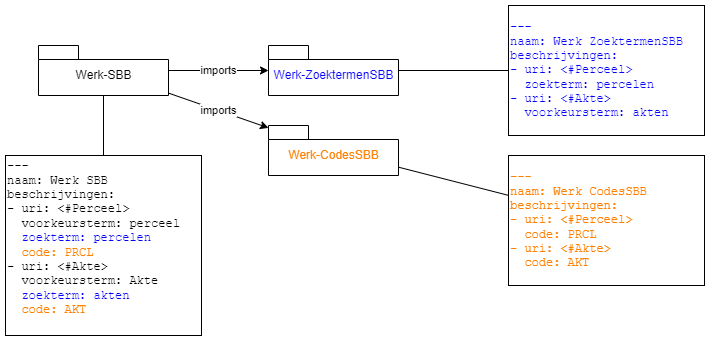
This is sessies/metadata/versiebeheer/media/netwerk.drawio.png from pldn/nederlands-profiel-voor-stelselcatalogi, a draw.io export, as it was before one commit. Source tidied: cells renumbered, new cells last; positions are measured from the earlier drawing's top-left corner, leaving out a move shared by most shapes.
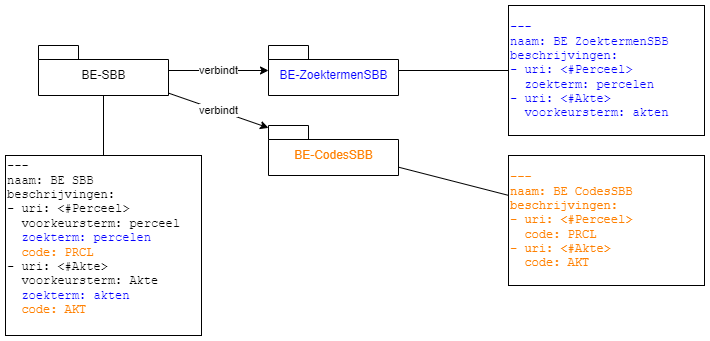
After the change.

Diff of the diagram source:
```diff
@@ -2,37 +2,37 @@
   <root>
     <mxCell id="0" />
     <mxCell id="1" parent="0" />
-    <mxCell id="2" value="imports" style="edgeStyle=none;html=1;" parent="1" edge="1" source="4" target="6">
+    <mxCell id="2" value="verbindt" style="edgeStyle=none;html=1;" parent="1" edge="1" source="4" target="6">
       <mxGeometry relative="1" as="geometry" />
     </mxCell>
-    <mxCell id="3" value="imports" style="edgeStyle=none;html=1;" parent="1" edge="1" source="4" target="5">
+    <mxCell id="3" value="verbindt" style="edgeStyle=none;html=1;" parent="1" edge="1" source="4" target="5">
       <mxGeometry relative="1" as="geometry" />
     </mxCell>
-    <mxCell id="4" value="&lt;span style=&quot;font-weight: 400;&quot;&gt;Werk-SBB&lt;/span&gt;" style="shape=folder;fontStyle=1;spacingTop=10;tabWidth=40;tabHeight=14;tabPosition=left;html=1;" parent="1" vertex="1">
+    <mxCell id="4" value="&lt;span style=&quot;font-weight: 400;&quot;&gt;BE-SBB&lt;/span&gt;" style="shape=folder;fontStyle=1;spacingTop=10;tabWidth=40;tabHeight=14;tabPosition=left;html=1;" parent="1" vertex="1">
       <mxGeometry x="33" y="40" width="130" height="50" as="geometry" />
     </mxCell>
-    <mxCell id="5" value="&lt;span style=&quot;font-weight: 400;&quot;&gt;Werk-CodesSBB&lt;/span&gt;" style="shape=folder;fontStyle=1;spacingTop=10;tabWidth=40;tabHeight=14;tabPosition=left;html=1;fontColor=#FF8000;" parent="1" vertex="1">
+    <mxCell id="5" value="&lt;span style=&quot;font-weight: 400;&quot;&gt;BE-CodesSBB&lt;/span&gt;" style="shape=folder;fontStyle=1;spacingTop=10;tabWidth=40;tabHeight=14;tabPosition=left;html=1;fontColor=#FF8000;" parent="1" vertex="1">
       <mxGeometry x="263" y="120" width="130" height="50" as="geometry" />
     </mxCell>
-    <mxCell id="6" value="&lt;span style=&quot;font-weight: 400;&quot;&gt;Werk-ZoektermenSBB&lt;/span&gt;" style="shape=folder;fontStyle=1;spacingTop=10;tabWidth=40;tabHeight=14;tabPosition=left;html=1;labelBackgroundColor=default;fontColor=#0400FF;" parent="1" vertex="1">
+    <mxCell id="6" value="&lt;span style=&quot;font-weight: 400;&quot;&gt;BE-ZoektermenSBB&lt;/span&gt;" style="shape=folder;fontStyle=1;spacingTop=10;tabWidth=40;tabHeight=14;tabPosition=left;html=1;labelBackgroundColor=default;fontColor=#0400FF;" parent="1" vertex="1">
       <mxGeometry x="263" y="40" width="130" height="50" as="geometry" />
     </mxCell>
     <mxCell id="7" style="edgeStyle=none;html=1;fontFamily=Courier New;fontColor=#FF8000;endArrow=none;endFill=0;" parent="1" edge="1" source="8" target="4">
       <mxGeometry relative="1" as="geometry" />
     </mxCell>
-    <mxCell id="8" value="&lt;div&gt;---&lt;/div&gt;&lt;div&gt;naam: Werk SBB&lt;/div&gt;&lt;div&gt;beschrijvingen:&lt;/div&gt;&lt;div&gt;- uri: &amp;lt;#Perceel&amp;gt;&lt;/div&gt;&lt;div&gt;&amp;nbsp; voorkeursterm: perceel&lt;/div&gt;&lt;div&gt;&lt;font color=&quot;#0400ff&quot;&gt;&amp;nbsp; zoekterm: percelen&lt;/font&gt;&lt;/div&gt;&lt;div&gt;&lt;font color=&quot;#0400ff&quot;&gt;&amp;nbsp; &lt;/font&gt;&lt;font color=&quot;#ff8000&quot;&gt;code: PRCL&lt;/font&gt;&lt;/div&gt;&lt;div&gt;- uri: &amp;lt;#Akte&amp;gt;&lt;/div&gt;&lt;div&gt;&amp;nbsp; voorkeursterm: Akte&lt;/div&gt;&lt;div&gt;&lt;font color=&quot;#0a0a0a&quot;&gt;&amp;nbsp; &lt;/font&gt;&lt;font color=&quot;#0400ff&quot;&gt;zoekterm: akten&lt;/font&gt;&lt;/div&gt;&lt;div&gt;&lt;font color=&quot;#0a0a0a&quot;&gt;&amp;nbsp; &lt;/font&gt;&lt;font color=&quot;#ff8000&quot;&gt;code: AKT&lt;/font&gt;&lt;/div&gt;&lt;div&gt;&amp;nbsp;&amp;nbsp;&lt;/div&gt;" style="html=1;align=left;fontFamily=Courier New;" parent="1" vertex="1">
+    <mxCell id="8" value="&lt;div&gt;---&lt;/div&gt;&lt;div&gt;naam: BE SBB&lt;/div&gt;&lt;div&gt;beschrijvingen:&lt;/div&gt;&lt;div&gt;- uri: &amp;lt;#Perceel&amp;gt;&lt;/div&gt;&lt;div&gt;&amp;nbsp; voorkeursterm: perceel&lt;/div&gt;&lt;div&gt;&lt;font color=&quot;#0400ff&quot;&gt;&amp;nbsp; zoekterm: percelen&lt;/font&gt;&lt;/div&gt;&lt;div&gt;&lt;font color=&quot;#0400ff&quot;&gt;&amp;nbsp; &lt;/font&gt;&lt;font color=&quot;#ff8000&quot;&gt;code: PRCL&lt;/font&gt;&lt;/div&gt;&lt;div&gt;- uri: &amp;lt;#Akte&amp;gt;&lt;/div&gt;&lt;div&gt;&amp;nbsp; voorkeursterm: Akte&lt;/div&gt;&lt;div&gt;&lt;font color=&quot;#0a0a0a&quot;&gt;&amp;nbsp; &lt;/font&gt;&lt;font color=&quot;#0400ff&quot;&gt;zoekterm: akten&lt;/font&gt;&lt;/div&gt;&lt;div&gt;&lt;font color=&quot;#0a0a0a&quot;&gt;&amp;nbsp; &lt;/font&gt;&lt;font color=&quot;#ff8000&quot;&gt;code: AKT&lt;/font&gt;&lt;/div&gt;&lt;div&gt;&amp;nbsp;&amp;nbsp;&lt;/div&gt;" style="html=1;align=left;fontFamily=Courier New;" parent="1" vertex="1">
       <mxGeometry y="150" width="196" height="180" as="geometry" />
     </mxCell>
     <mxCell id="9" style="edgeStyle=none;html=1;fontFamily=Courier New;endArrow=none;endFill=0;" parent="1" edge="1" source="10" target="6">
       <mxGeometry relative="1" as="geometry" />
     </mxCell>
-    <mxCell id="10" value="&lt;div&gt;&lt;font color=&quot;#0400ff&quot;&gt;---&lt;/font&gt;&lt;/div&gt;&lt;div&gt;&lt;font color=&quot;#0400ff&quot;&gt;naam: Werk ZoektermenSBB&lt;/font&gt;&lt;/div&gt;&lt;div&gt;&lt;font color=&quot;#0400ff&quot;&gt;beschrijvingen:&lt;/font&gt;&lt;/div&gt;&lt;div&gt;&lt;font color=&quot;#0400ff&quot;&gt;- uri: &amp;lt;#Perceel&amp;gt;&lt;/font&gt;&lt;/div&gt;&lt;div&gt;&lt;font color=&quot;#0400ff&quot;&gt;&amp;nbsp; zoekterm: percelen&lt;/font&gt;&lt;/div&gt;&lt;div&gt;&lt;font color=&quot;#0400ff&quot;&gt;- uri: &amp;lt;#Akte&amp;gt;&lt;/font&gt;&lt;/div&gt;&lt;div&gt;&lt;font color=&quot;#0400ff&quot;&gt;&amp;nbsp; voorkeursterm: akten&lt;/font&gt;&lt;/div&gt;" style="html=1;align=left;fontFamily=Courier New;" parent="1" vertex="1">
+    <mxCell id="10" value="&lt;div&gt;&lt;font color=&quot;#0400ff&quot;&gt;---&lt;/font&gt;&lt;/div&gt;&lt;div&gt;&lt;font color=&quot;#0400ff&quot;&gt;naam: BE ZoektermenSBB&lt;/font&gt;&lt;/div&gt;&lt;div&gt;&lt;font color=&quot;#0400ff&quot;&gt;beschrijvingen:&lt;/font&gt;&lt;/div&gt;&lt;div&gt;&lt;font color=&quot;#0400ff&quot;&gt;- uri: &amp;lt;#Perceel&amp;gt;&lt;/font&gt;&lt;/div&gt;&lt;div&gt;&lt;font color=&quot;#0400ff&quot;&gt;&amp;nbsp; zoekterm: percelen&lt;/font&gt;&lt;/div&gt;&lt;div&gt;&lt;font color=&quot;#0400ff&quot;&gt;- uri: &amp;lt;#Akte&amp;gt;&lt;/font&gt;&lt;/div&gt;&lt;div&gt;&lt;font color=&quot;#0400ff&quot;&gt;&amp;nbsp; voorkeursterm: akten&lt;/font&gt;&lt;/div&gt;" style="html=1;align=left;fontFamily=Courier New;" parent="1" vertex="1">
       <mxGeometry x="503" width="196" height="130" as="geometry" />
     </mxCell>
     <mxCell id="11" style="edgeStyle=none;html=1;fontFamily=Courier New;endArrow=none;endFill=0;" parent="1" edge="1" source="12" target="5">
       <mxGeometry relative="1" as="geometry" />
     </mxCell>
-    <mxCell id="12" value="&lt;div&gt;&lt;font color=&quot;#ff8000&quot;&gt;---&lt;/font&gt;&lt;/div&gt;&lt;div&gt;&lt;font color=&quot;#ff8000&quot;&gt;naam: Werk CodesSBB&lt;/font&gt;&lt;/div&gt;&lt;div&gt;&lt;font color=&quot;#ff8000&quot;&gt;beschrijvingen:&lt;/font&gt;&lt;/div&gt;&lt;div&gt;&lt;font color=&quot;#ff8000&quot;&gt;- uri: &amp;lt;#Perceel&amp;gt;&lt;/font&gt;&lt;/div&gt;&lt;div&gt;&lt;font color=&quot;#ff8000&quot;&gt;&amp;nbsp; code: PRCL&lt;/font&gt;&lt;/div&gt;&lt;div&gt;&lt;font color=&quot;#ff8000&quot;&gt;- uri: &amp;lt;#Akte&amp;gt;&lt;/font&gt;&lt;/div&gt;&lt;div&gt;&lt;font color=&quot;#ff8000&quot;&gt;&amp;nbsp; code: AKT&lt;/font&gt;&lt;/div&gt;" style="html=1;align=left;fontFamily=Courier New;" parent="1" vertex="1">
+    <mxCell id="12" value="&lt;div&gt;&lt;font color=&quot;#ff8000&quot;&gt;---&lt;/font&gt;&lt;/div&gt;&lt;div&gt;&lt;font color=&quot;#ff8000&quot;&gt;naam: BE CodesSBB&lt;/font&gt;&lt;/div&gt;&lt;div&gt;&lt;font color=&quot;#ff8000&quot;&gt;beschrijvingen:&lt;/font&gt;&lt;/div&gt;&lt;div&gt;&lt;font color=&quot;#ff8000&quot;&gt;- uri: &amp;lt;#Perceel&amp;gt;&lt;/font&gt;&lt;/div&gt;&lt;div&gt;&lt;font color=&quot;#ff8000&quot;&gt;&amp;nbsp; code: PRCL&lt;/font&gt;&lt;/div&gt;&lt;div&gt;&lt;font color=&quot;#ff8000&quot;&gt;- uri: &amp;lt;#Akte&amp;gt;&lt;/font&gt;&lt;/div&gt;&lt;div&gt;&lt;font color=&quot;#ff8000&quot;&gt;&amp;nbsp; code: AKT&lt;/font&gt;&lt;/div&gt;" style="html=1;align=left;fontFamily=Courier New;" parent="1" vertex="1">
       <mxGeometry x="503" y="150" width="196" height="130" as="geometry" />
     </mxCell>
   </root>
```
